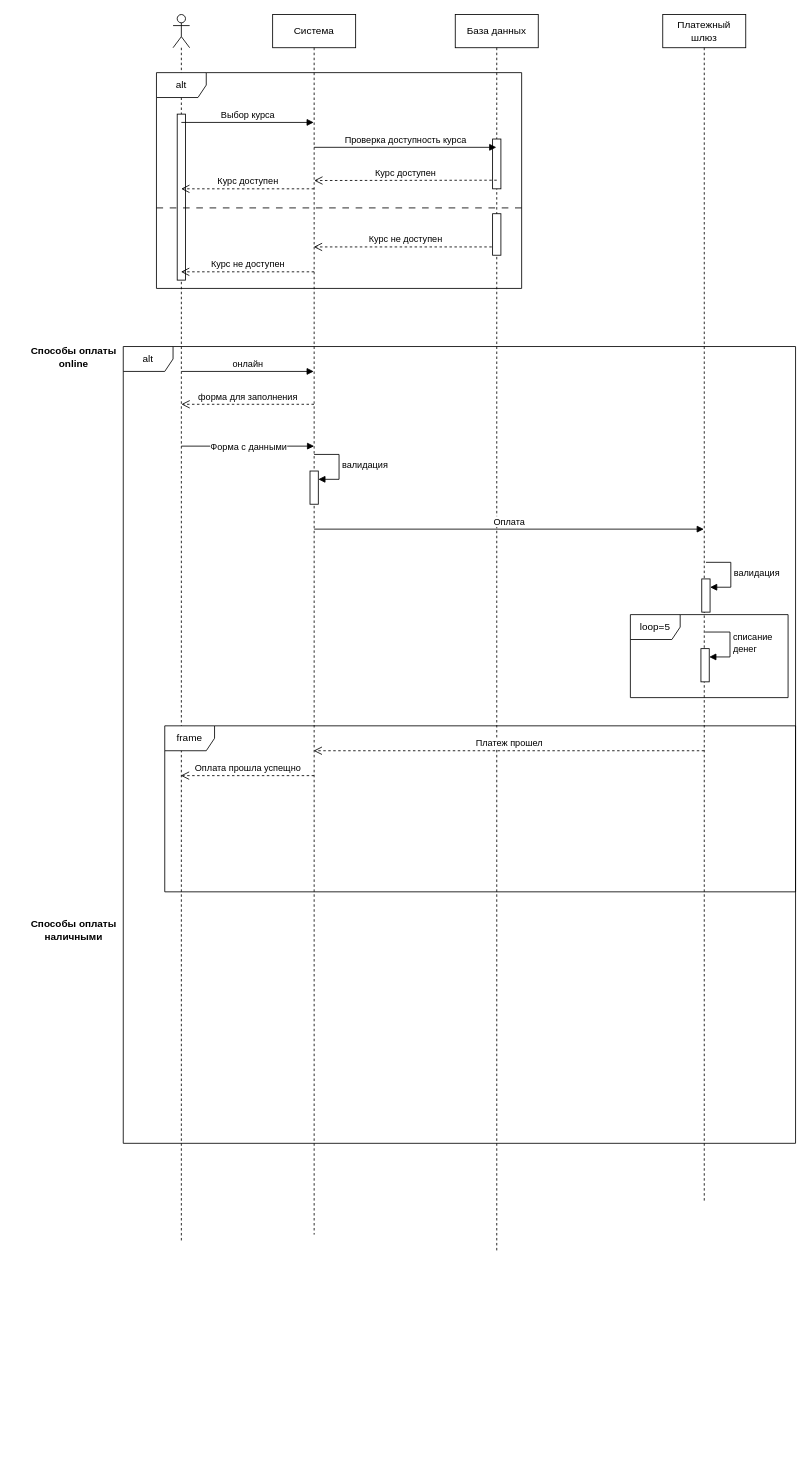
This is Lab1.drawio from Eryoema/MODULE_13, a draw.io file, before an edit. Source tidied: cells renumbered, new cells numbered last; positions are measured from the earlier drawing's top-left corner, leaving out a move shared by most shapes. Both pictures are drawn from the tidied source at 83%, with x=0, y=0 at pixel (40, 14).
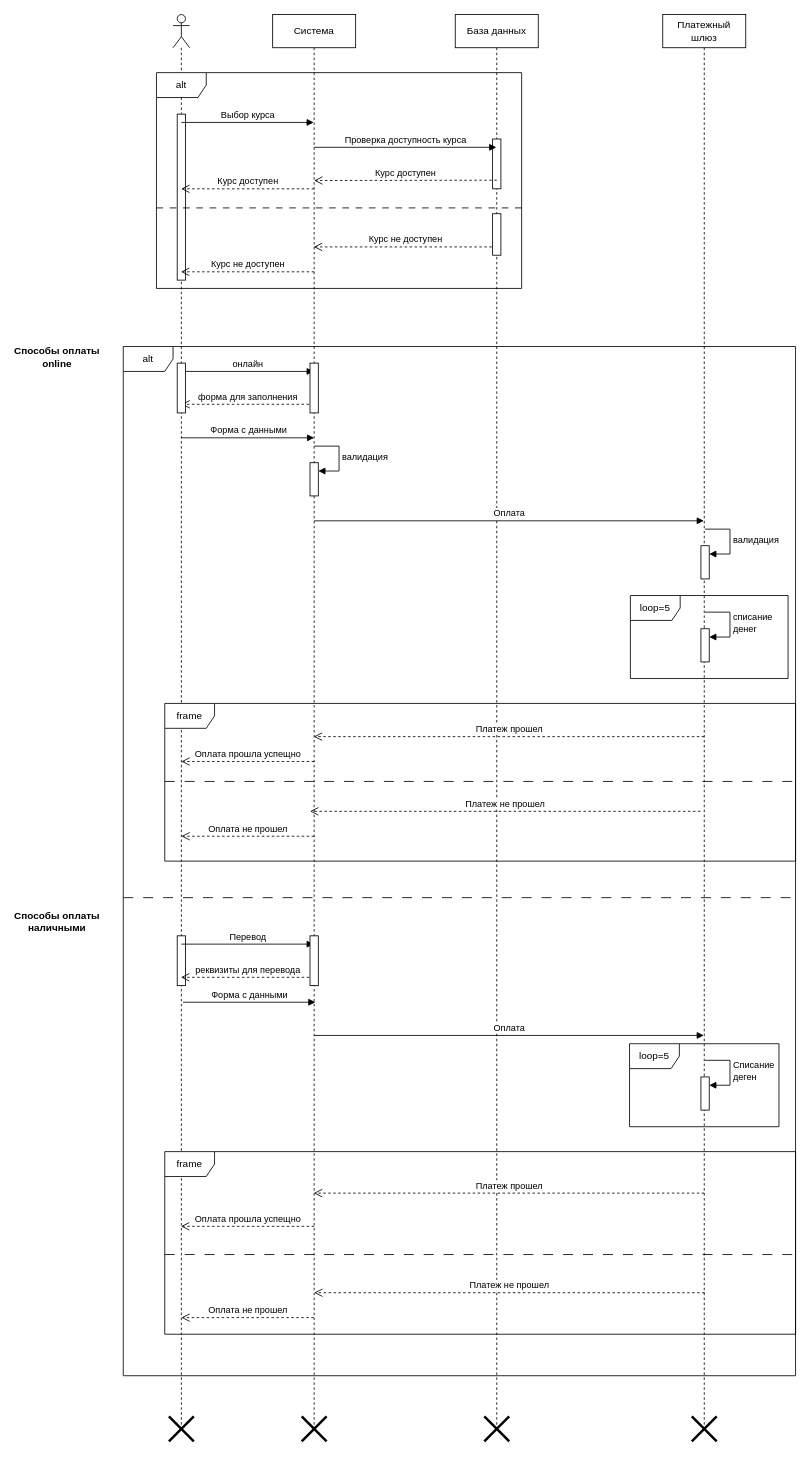
The same diagram, later.

What changed in the source:
```diff
@@
     <mxCell id="2" style="shape=umlLifeline;perimeter=lifelinePerimeter;whiteSpace=wrap;html=1;outlineConnect=0;portConstraint=eastwest;newEdgeStyle={&quot;curved&quot;:0,&quot;rounded&quot;:0};participant=umlActor;" parent="1" vertex="1">
-      <mxGeometry x="160" width="20" height="1480" as="geometry" />
+      <mxGeometry x="160" width="20" height="1700" as="geometry" />
     </mxCell>
@@
+    <mxCell id="35" style="html=1;perimeter=orthogonalPerimeter;targetShapes=umlLifeline;newEdgeStyle={&quot;curved&quot;:0,&quot;rounded&quot;:0};" parent="2" vertex="1">
+      <mxGeometry x="5" y="1110" width="10" height="60" as="geometry" />
+    </mxCell>
     <mxCell id="4" value="Cистема" style="shape=umlLifeline;perimeter=lifelinePerimeter;whiteSpace=wrap;html=1;outlineConnect=0;portConstraint=eastwest;newEdgeStyle={&quot;curved&quot;:0,&quot;rounded&quot;:0};" parent="1" vertex="1">
-      <mxGeometry x="280" width="100" height="1470" as="geometry" />
+      <mxGeometry x="280" width="100" height="1700" as="geometry" />
     </mxCell>
     <mxCell id="5" style="html=1;points=[[0,0,0,0,5],[0,1,0,0,-5],[1,0,0,0,5],[1,1,0,0,-5]];perimeter=orthogonalPerimeter;outlineConnect=0;targetShapes=umlLifeline;portConstraint=eastwest;newEdgeStyle={&quot;curved&quot;:0,&quot;rounded&quot;:0};" parent="4" vertex="1">
-      <mxGeometry x="45" y="550" width="10" height="40" as="geometry" />
+      <mxGeometry x="45" y="540" width="10" height="40" as="geometry" />
     </mxCell>
     <mxCell id="6" value="валидация" style="html=1;align=left;spacingLeft=2;endArrow=block;rounded=0;edgeStyle=orthogonalEdgeStyle;curved=0;rounded=0;" parent="4" edge="1" target="5">
       <mxGeometry relative="1" as="geometry">
-        <mxPoint x="50" y="530" as="sourcePoint" />
+        <mxPoint x="50" y="520" as="sourcePoint" />
         <Array as="points">
-          <mxPoint x="80" y="560" />
+          <mxPoint x="80" y="550" />
         </Array>
       </mxGeometry>
     </mxCell>
     <mxCell id="7" value="База данных" style="shape=umlLifeline;perimeter=lifelinePerimeter;whiteSpace=wrap;html=1;newEdgeStyle={&quot;curved&quot;:0,&quot;rounded&quot;:0};" parent="1" vertex="1">
-      <mxGeometry x="500" width="100" height="1490" as="geometry" />
+      <mxGeometry x="500" width="100" height="1700" as="geometry" />
     </mxCell>
@@
     <mxCell id="9" value="Платежный шлюз" style="shape=umlLifeline;perimeter=lifelinePerimeter;whiteSpace=wrap;html=1;outlineConnect=0;portConstraint=eastwest;newEdgeStyle={&quot;curved&quot;:0,&quot;rounded&quot;:0};" parent="1" vertex="1">
-      <mxGeometry x="750" width="100" height="1430" as="geometry" />
+      <mxGeometry x="750" width="100" height="1700" as="geometry" />
     </mxCell>
     <mxCell id="10" style="html=1;points=[[0,0,0,0,5],[0,1,0,0,-5],[1,0,0,0,5],[1,1,0,0,-5]];perimeter=orthogonalPerimeter;outlineConnect=0;targetShapes=umlLifeline;portConstraint=eastwest;newEdgeStyle={&quot;curved&quot;:0,&quot;rounded&quot;:0};" parent="9" vertex="1">
-      <mxGeometry x="47" y="680" width="10" height="40" as="geometry" />
+      <mxGeometry x="46" y="640" width="10" height="40" as="geometry" />
     </mxCell>
     <mxCell id="11" value="валидация" style="html=1;align=left;spacingLeft=2;endArrow=block;rounded=0;edgeStyle=orthogonalEdgeStyle;curved=0;rounded=0;" parent="9" edge="1" target="10">
       <mxGeometry relative="1" as="geometry">
-        <mxPoint x="52" y="660" as="sourcePoint" />
+        <mxPoint x="51" y="620" as="sourcePoint" />
         <Array as="points">
-          <mxPoint x="82" y="690" />
+          <mxPoint x="81" y="650" />
         </Array>
       </mxGeometry>
     </mxCell>
     <mxCell id="12" style="html=1;points=[[0,0,0,0,5],[0,1,0,0,-5],[1,0,0,0,5],[1,1,0,0,-5]];perimeter=orthogonalPerimeter;outlineConnect=0;targetShapes=umlLifeline;portConstraint=eastwest;newEdgeStyle={&quot;curved&quot;:0,&quot;rounded&quot;:0};" parent="9" vertex="1">
-      <mxGeometry x="46" y="764" width="10" height="40" as="geometry" />
+      <mxGeometry x="46" y="740" width="10" height="40" as="geometry" />
     </mxCell>
     <mxCell id="13" value="списание&amp;nbsp;&lt;div&gt;денег&lt;/div&gt;" style="html=1;align=left;spacingLeft=2;endArrow=block;rounded=0;edgeStyle=orthogonalEdgeStyle;curved=0;rounded=0;" parent="9" edge="1" target="12">
       <mxGeometry relative="1" as="geometry">
-        <mxPoint x="51" y="744" as="sourcePoint" />
+        <mxPoint x="51" y="720" as="sourcePoint" />
         <Array as="points">
-          <mxPoint x="81" y="774" />
+          <mxPoint x="81" y="750" />
         </Array>
       </mxGeometry>
     </mxCell>
@@
     <mxCell id="23" value="alt" style="shape=umlFrame;whiteSpace=wrap;html=1;" parent="1" vertex="1">
-      <mxGeometry x="100" y="400" width="810" height="960" as="geometry" />
+      <mxGeometry x="100" y="400" width="810" height="1240" as="geometry" />
     </mxCell>
@@
     <mxCell id="25" value="Способы оплаты&lt;div&gt;online&lt;/div&gt;" style="text;align=center;fontStyle=1;verticalAlign=middle;spacingLeft=3;spacingRight=3;strokeColor=none;html=1;" parent="1" vertex="1">
-      <mxGeometry y="400" width="80" height="26" as="geometry" />
+      <mxGeometry x="-20" y="400" width="80" height="26" as="geometry" />
     </mxCell>
@@
     <mxCell id="27" style="endArrow=block;endFill=1;html=1;edgeStyle=orthogonalEdgeStyle;align=left;verticalAlign=top;rounded=0;" parent="1" edge="1">
       <mxGeometry x="-1" relative="1" as="geometry">
-        <mxPoint x="170" y="520" as="sourcePoint" />
-        <mxPoint x="330" y="520" as="targetPoint" />
+        <mxPoint x="170" y="510" as="sourcePoint" />
+        <mxPoint x="330" y="510" as="targetPoint" />
       </mxGeometry>
     </mxCell>
     <mxCell id="28" value="Форма с данными" style="edgeLabel;html=1;align=center;verticalAlign=middle;" parent="27" vertex="1">
       <mxGeometry x="0.27" relative="1" as="geometry">
-        <mxPoint x="-22" as="offset" />
+        <mxPoint x="-22" y="-10" as="offset" />
       </mxGeometry>
     </mxCell>
-    <mxCell id="29" value="Оплата" style="html=1;verticalAlign=bottom;endArrow=block;curved=0;rounded=0;" parent="1" edge="1" target="9">
+    <mxCell id="29" value="Оплата" style="html=1;verticalAlign=bottom;endArrow=block;curved=0;rounded=0;" parent="1" edge="1">
       <mxGeometry relative="1" as="geometry">
-        <mxPoint x="330" y="620" as="sourcePoint" />
+        <mxPoint x="330" y="610" as="sourcePoint" />
+        <mxPoint x="799.5" y="610" as="targetPoint" />
       </mxGeometry>
     </mxCell>
-    <mxCell id="30" value="Платеж прошел" style="html=1;verticalAlign=bottom;endArrow=open;dashed=1;endSize=8;curved=0;rounded=0;" parent="1" edge="1">
+    <mxCell id="30" value="Платеж прошел" style="html=1;verticalAlign=bottom;endArrow=open;dashed=1;endSize=8;curved=0;rounded=0;" parent="1" edge="1" target="4">
       <mxGeometry relative="1" as="geometry">
-        <mxPoint x="800" y="887" as="sourcePoint" />
-        <mxPoint x="329.3" y="887" as="targetPoint" />
+        <mxPoint x="800" y="870" as="sourcePoint" />
       </mxGeometry>
     </mxCell>
     <mxCell id="31" value="Оплата прошла успещно" style="html=1;verticalAlign=bottom;endArrow=open;dashed=1;endSize=8;curved=0;rounded=0;" parent="1" edge="1">
       <mxGeometry relative="1" as="geometry">
-        <mxPoint x="330" y="917" as="sourcePoint" />
-        <mxPoint x="169.3" y="917" as="targetPoint" />
+        <mxPoint x="330" y="900" as="sourcePoint" />
+        <mxPoint x="170" y="900" as="targetPoint" />
       </mxGeometry>
     </mxCell>
     <mxCell id="32" value="frame" style="shape=umlFrame;whiteSpace=wrap;html=1;" parent="1" vertex="1">
-      <mxGeometry x="150" y="857" width="760" height="200" as="geometry" />
+      <mxGeometry x="150" y="830" width="760" height="190" as="geometry" />
     </mxCell>
     <mxCell id="33" value="loop=5" style="shape=umlFrame;whiteSpace=wrap;html=1;" parent="1" vertex="1">
-      <mxGeometry x="711" y="723" width="190" height="100" as="geometry" />
+      <mxGeometry x="711" y="700" width="190" height="100" as="geometry" />
     </mxCell>
     <mxCell id="34" value="Способы оплаты&lt;div&gt;наличными&lt;/div&gt;" style="text;align=center;fontStyle=1;verticalAlign=middle;spacingLeft=3;spacingRight=3;strokeColor=none;html=1;" parent="1" vertex="1">
-      <mxGeometry y="1090" width="80" height="26" as="geometry" />
+      <mxGeometry x="-20" y="1080" width="80" height="26" as="geometry" />
     </mxCell>
+    <mxCell id="36" style="line;strokeWidth=1;fillColor=none;align=left;verticalAlign=middle;spacingTop=-1;spacingLeft=3;spacingRight=3;labelPosition=right;strokeColor=inherit;dashed=1;dashPattern=12 12;" parent="1" vertex="1">
+      <mxGeometry x="150" y="920" width="760" height="8" as="geometry" />
+    </mxCell>
+    <mxCell id="37" value="Платеж не прошел" style="html=1;verticalAlign=bottom;endArrow=open;dashed=1;endSize=8;curved=0;rounded=0;" parent="1" edge="1">
+      <mxGeometry relative="1" as="geometry">
+        <mxPoint x="795.4" y="960" as="sourcePoint" />
+        <mxPoint x="325" y="960" as="targetPoint" />
+      </mxGeometry>
+    </mxCell>
+    <mxCell id="38" value="Оплата не прошел" style="html=1;verticalAlign=bottom;endArrow=open;dashed=1;endSize=8;curved=0;rounded=0;" parent="1" edge="1">
+      <mxGeometry relative="1" as="geometry">
+        <mxPoint x="330" y="990" as="sourcePoint" />
+        <mxPoint x="170" y="990" as="targetPoint" />
+      </mxGeometry>
+    </mxCell>
+    <mxCell id="39" style="html=1;perimeter=orthogonalPerimeter;targetShapes=umlLifeline;newEdgeStyle={&quot;curved&quot;:0,&quot;rounded&quot;:0};" parent="1" vertex="1">
+      <mxGeometry x="165" y="420" width="10" height="60" as="geometry" />
+    </mxCell>
+    <mxCell id="40" style="html=1;perimeter=orthogonalPerimeter;targetShapes=umlLifeline;newEdgeStyle={&quot;curved&quot;:0,&quot;rounded&quot;:0};" parent="1" vertex="1">
+      <mxGeometry x="325" y="420" width="10" height="60" as="geometry" />
+    </mxCell>
+    <mxCell id="41" style="line;strokeWidth=1;fillColor=none;align=left;verticalAlign=middle;spacingTop=-1;spacingLeft=3;spacingRight=3;labelPosition=right;strokeColor=inherit;dashed=1;dashPattern=12 12;" parent="1" vertex="1">
+      <mxGeometry x="100" y="1060" width="810" height="8" as="geometry" />
+    </mxCell>
+    <mxCell id="42" value="Перевод" style="html=1;verticalAlign=bottom;endArrow=block;curved=0;rounded=0;" parent="1" edge="1" target="4">
+      <mxGeometry relative="1" as="geometry">
+        <mxPoint x="170" y="1120" as="sourcePoint" />
+      </mxGeometry>
+    </mxCell>
+    <mxCell id="43" value="реквизиты для перевода" style="html=1;verticalAlign=bottom;endArrow=open;dashed=1;endSize=8;curved=0;rounded=0;" parent="1" edge="1" target="2">
+      <mxGeometry relative="1" as="geometry">
+        <mxPoint x="330" y="1160" as="sourcePoint" />
+      </mxGeometry>
+    </mxCell>
+    <mxCell id="44" style="html=1;perimeter=orthogonalPerimeter;targetShapes=umlLifeline;newEdgeStyle={&quot;curved&quot;:0,&quot;rounded&quot;:0};" parent="1" vertex="1">
+      <mxGeometry x="325" y="1110" width="10" height="60" as="geometry" />
+    </mxCell>
+    <mxCell id="45" value="Форма с данными" style="html=1;verticalAlign=bottom;endArrow=block;curved=0;rounded=0;" parent="1" edge="1">
+      <mxGeometry relative="1" as="geometry">
+        <mxPoint x="172" y="1190" as="sourcePoint" />
+        <mxPoint x="331.5" y="1190" as="targetPoint" />
+      </mxGeometry>
+    </mxCell>
+    <mxCell id="46" value="Оплата" style="html=1;verticalAlign=bottom;endArrow=block;curved=0;rounded=0;" parent="1" edge="1" target="9">
+      <mxGeometry relative="1" as="geometry">
+        <mxPoint x="330" y="1230" as="sourcePoint" />
+      </mxGeometry>
+    </mxCell>
+    <mxCell id="47" style="html=1;points=[[0,0,0,0,5],[0,1,0,0,-5],[1,0,0,0,5],[1,1,0,0,-5]];perimeter=orthogonalPerimeter;outlineConnect=0;targetShapes=umlLifeline;portConstraint=eastwest;newEdgeStyle={&quot;curved&quot;:0,&quot;rounded&quot;:0};" parent="1" vertex="1">
+      <mxGeometry x="796" y="1280" width="10" height="40" as="geometry" />
+    </mxCell>
+    <mxCell id="48" value="Списание&lt;div&gt;деген&lt;/div&gt;" style="html=1;align=left;spacingLeft=2;endArrow=block;rounded=0;edgeStyle=orthogonalEdgeStyle;curved=0;rounded=0;" parent="1" edge="1" target="47">
+      <mxGeometry relative="1" as="geometry">
+        <mxPoint x="801" y="1260" as="sourcePoint" />
+        <Array as="points">
+          <mxPoint x="831" y="1290" />
+        </Array>
+      </mxGeometry>
+    </mxCell>
+    <mxCell id="49" value="loop=5" style="shape=umlFrame;whiteSpace=wrap;html=1;" parent="1" vertex="1">
+      <mxGeometry x="710" y="1240" width="180" height="100" as="geometry" />
+    </mxCell>
+    <mxCell id="50" value="frame" style="shape=umlFrame;whiteSpace=wrap;html=1;" parent="1" vertex="1">
+      <mxGeometry x="150" y="1370" width="760" height="220" as="geometry" />
+    </mxCell>
+    <mxCell id="51" value="Платеж прошел" style="html=1;verticalAlign=bottom;endArrow=open;dashed=1;endSize=8;curved=0;rounded=0;" parent="1" edge="1" target="4">
+      <mxGeometry relative="1" as="geometry">
+        <mxPoint x="800" y="1420" as="sourcePoint" />
+      </mxGeometry>
+    </mxCell>
+    <mxCell id="52" value="Оплата прошла успещно" style="html=1;verticalAlign=bottom;endArrow=open;dashed=1;endSize=8;curved=0;rounded=0;" parent="1" edge="1" target="2">
+      <mxGeometry relative="1" as="geometry">
+        <mxPoint x="330" y="1460" as="sourcePoint" />
+      </mxGeometry>
+    </mxCell>
+    <mxCell id="53" style="line;strokeWidth=1;fillColor=none;align=left;verticalAlign=middle;spacingTop=-1;spacingLeft=3;spacingRight=3;labelPosition=right;strokeColor=inherit;dashed=1;dashPattern=12 12;" parent="1" vertex="1">
+      <mxGeometry x="150" y="1490" width="760" height="8" as="geometry" />
+    </mxCell>
+    <mxCell id="54" value="Платеж не прошел" style="html=1;verticalAlign=bottom;endArrow=open;dashed=1;endSize=8;curved=0;rounded=0;" parent="1" edge="1">
+      <mxGeometry relative="1" as="geometry">
+        <mxPoint x="800.4" y="1540" as="sourcePoint" />
+        <mxPoint x="330" y="1540" as="targetPoint" />
+      </mxGeometry>
+    </mxCell>
+    <mxCell id="55" value="Оплата не прошел" style="html=1;verticalAlign=bottom;endArrow=open;dashed=1;endSize=8;curved=0;rounded=0;" parent="1" edge="1" source="4">
+      <mxGeometry relative="1" as="geometry">
+        <mxPoint x="170" y="1570" as="targetPoint" />
+      </mxGeometry>
+    </mxCell>
+    <mxCell id="56" style="shape=umlDestroy;whiteSpace=wrap;html=1;strokeWidth=3;targetShapes=umlLifeline;" parent="1" vertex="1">
+      <mxGeometry x="785" y="1689" width="30" height="30" as="geometry" />
+    </mxCell>
+    <mxCell id="57" style="shape=umlDestroy;whiteSpace=wrap;html=1;strokeWidth=3;targetShapes=umlLifeline;" parent="1" vertex="1">
+      <mxGeometry x="535" y="1689" width="30" height="30" as="geometry" />
+    </mxCell>
+    <mxCell id="58" style="shape=umlDestroy;whiteSpace=wrap;html=1;strokeWidth=3;targetShapes=umlLifeline;" parent="1" vertex="1">
+      <mxGeometry x="315" y="1689" width="30" height="30" as="geometry" />
+    </mxCell>
+    <mxCell id="59" style="shape=umlDestroy;whiteSpace=wrap;html=1;strokeWidth=3;targetShapes=umlLifeline;" parent="1" vertex="1">
+      <mxGeometry x="155" y="1689" width="30" height="30" as="geometry" />
+    </mxCell>
```
